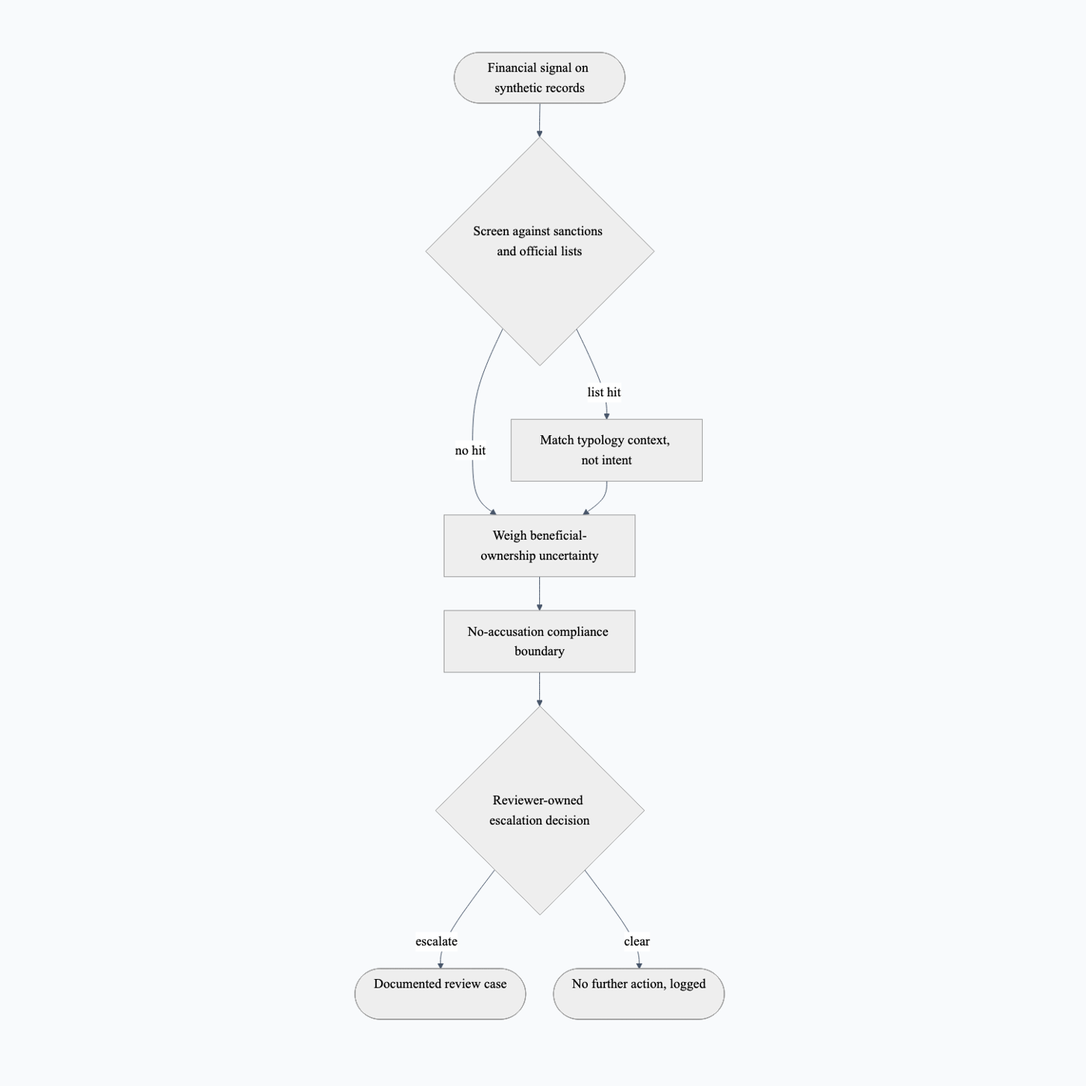
Above: output/figures/mermaid/finint-typology-review-governance-workflow.png in docxology/AGEINT (Mermaid), before the change. Its source is kept beside it as output/figures/mermaid/finint-typology-review-governance-workflow.mmd.
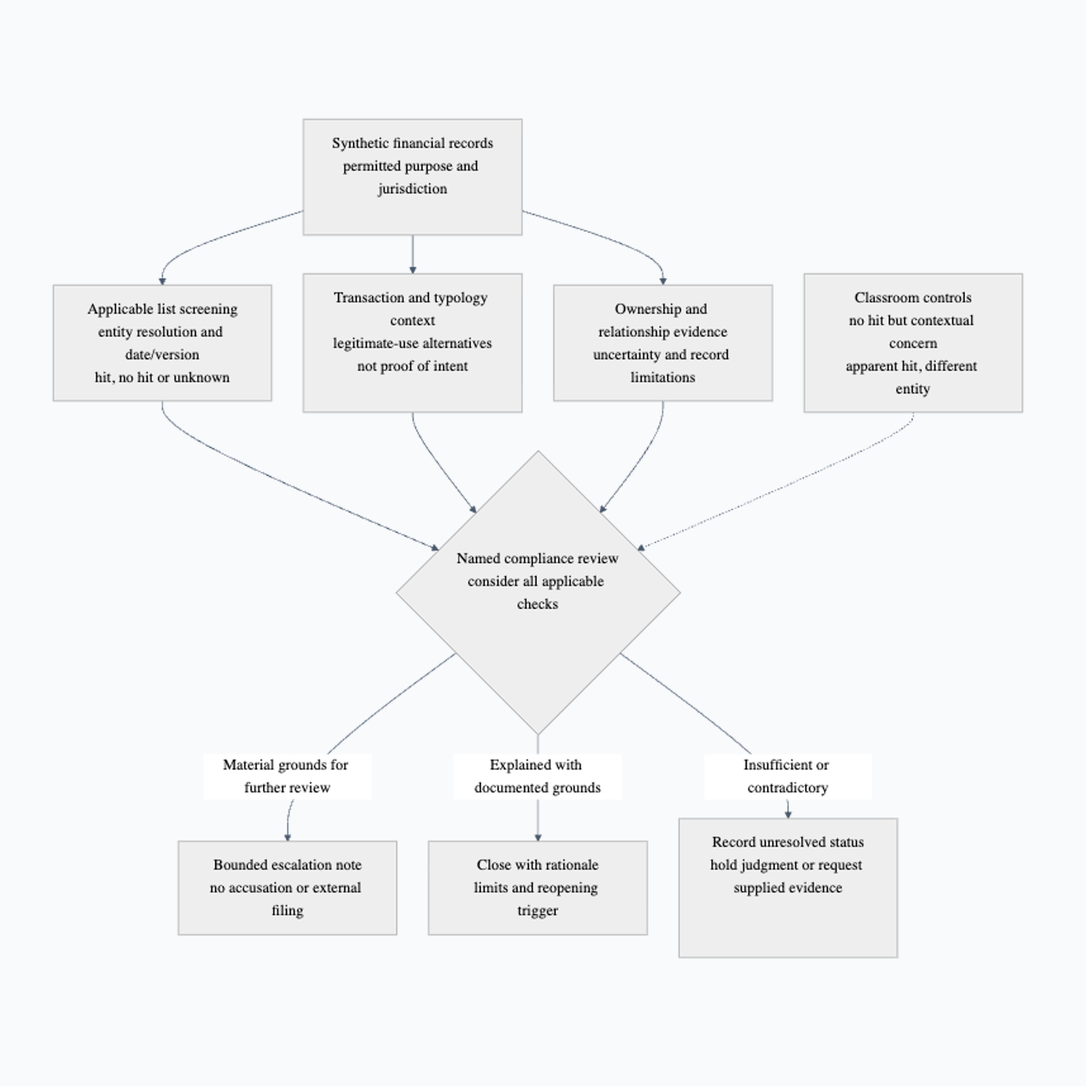
The same file after the commit.

What changed in the source:
```diff
@@ -1,18 +1,12 @@
 %%{init: {'theme':'neutral','themeVariables':{'fontSize':'18px','fontFamily':'Arial, sans-serif','primaryColor':'#dbeafe','primaryBorderColor':'#475569','primaryTextColor':'#0f172a','lineColor':'#475569','secondaryColor':'#dcfce7','tertiaryColor':'#fef3c7'},'flowchart':{'htmlLabels':true,'nodeSpacing':38,'rankSpacing':46,'curve':'basis','subGraphTitleMargin':{'top':8,'bottom':12}}}}%%
 flowchart TB
-  SIGNAL(["Financial signal on synthetic records"])
-  SCREEN{"Screen against sanctions and official lists"}
-  TYPOLOGY["Match typology context, not intent"]
-  OWNER["Weigh beneficial-ownership uncertainty"]
-  BOUND["No-accusation compliance boundary"]
-  REVIEW{"Reviewer-owned escalation decision"}
-  CASE(["Documented review case"])
-  CLOSE(["No further action, logged"])
-  SIGNAL --> SCREEN
-  SCREEN -->|"list hit"| TYPOLOGY
-  SCREEN -->|"no hit"| OWNER
-  TYPOLOGY --> OWNER
-  OWNER --> BOUND
-  BOUND --> REVIEW
-  REVIEW -->|"escalate"| CASE
-  REVIEW -->|"clear"| CLOSE
+    SIGNAL["Synthetic financial records<br/>permitted purpose and jurisdiction"] --> SCREEN["Applicable list screening<br/>entity resolution and date/version<br/>hit, no hit or unknown"]
+    SIGNAL --> CONTEXT["Transaction and typology context<br/>legitimate-use alternatives<br/>not proof of intent"]
+    SIGNAL --> OWNER["Ownership and relationship evidence<br/>uncertainty and record limitations"]
+    SCREEN --> REVIEW{"Named compliance review<br/>consider all applicable checks"}
+    CONTEXT --> REVIEW
+    OWNER --> REVIEW
+    CONTROL["Classroom controls<br/>no hit but contextual concern<br/>apparent hit, different entity"] -.-> REVIEW
+    REVIEW -->|Material grounds for further review| CASE["Bounded escalation note<br/>no accusation or external filing"]
+    REVIEW -->|Explained with documented grounds| CLOSE["Close with rationale<br/>limits and reopening trigger"]
+    REVIEW -->|Insufficient or contradictory| HOLD["Record unresolved status<br/>hold judgment or request supplied evidence"]
```
